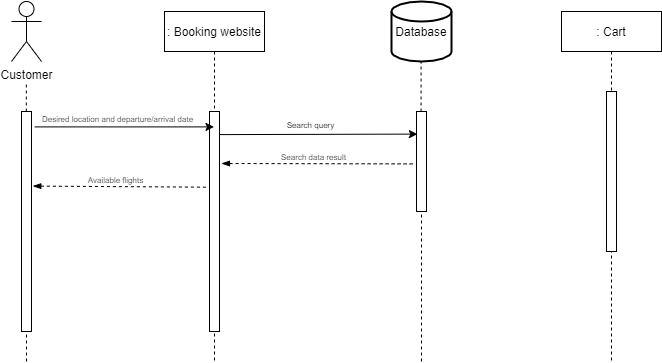
This is UML Examples/North American Airports System/Airports System Sequence Diagram.png from smitbmx/Architecture-Diagrams, a draw.io export, as it was before one commit. Source tidied: cells renumbered, new cells last; positions are measured from the earlier drawing's top-left corner, leaving out a move shared by most shapes. Source of this version:
```xml
<mxGraphModel>
  <root>
    <mxCell id="0" />
    <mxCell id="1" parent="0" />
    <mxCell id="2" value=": Booking website" style="shape=umlLifeline;perimeter=lifelinePerimeter;rounded=0;shadow=0;strokeWidth=1;" parent="1" vertex="1">
      <mxGeometry x="153" y="10" width="100" height="350" as="geometry" />
    </mxCell>
    <mxCell id="3" style="points=[];perimeter=orthogonalPerimeter;rounded=0;shadow=0;strokeWidth=1;" parent="2" vertex="1">
      <mxGeometry x="45" y="100" width="10" height="220" as="geometry" />
    </mxCell>
    <mxCell id="4" value="Customer" style="shape=umlActor;verticalLabelPosition=bottom;verticalAlign=top;html=1;" parent="1" vertex="1">
      <mxGeometry width="30" height="60" as="geometry" />
    </mxCell>
    <mxCell id="5" style="endArrow=none;dashed=1;html=1;startArrow=none;" parent="1" edge="1" source="10">
      <mxGeometry relative="1" as="geometry">
        <mxPoint x="14.8" y="80" as="targetPoint" />
      </mxGeometry>
    </mxCell>
    <mxCell id="6" value=": Cart" style="shape=umlLifeline;perimeter=lifelinePerimeter;rounded=0;shadow=0;strokeWidth=1;" parent="1" vertex="1">
      <mxGeometry x="550" y="10" width="100" height="350" as="geometry" />
    </mxCell>
    <mxCell id="7" style="perimeter=orthogonalPerimeter;rounded=0;shadow=0;strokeWidth=1;" parent="6" vertex="1">
      <mxGeometry x="45" y="80" width="10" height="160" as="geometry" />
    </mxCell>
    <mxCell id="8" value="Database" style="strokeWidth=2;html=1;shape=mxgraph.flowchart.database;whiteSpace=wrap;" parent="1" vertex="1">
      <mxGeometry x="380" width="60" height="60" as="geometry" />
    </mxCell>
    <mxCell id="9" style="endArrow=none;dashed=1;html=1;startArrow=none;" parent="1" edge="1" source="14">
      <mxGeometry relative="1" as="geometry">
        <mxPoint x="409.6" y="60" as="targetPoint" />
      </mxGeometry>
    </mxCell>
    <mxCell id="10" style="points=[];perimeter=orthogonalPerimeter;rounded=0;shadow=0;strokeWidth=1;" parent="1" vertex="1">
      <mxGeometry x="10" y="110" width="10" height="220" as="geometry" />
    </mxCell>
    <mxCell id="11" style="endArrow=none;dashed=1;html=1;" parent="1" edge="1" target="10">
      <mxGeometry relative="1" as="geometry">
        <mxPoint x="15" y="360" as="sourcePoint" />
      </mxGeometry>
    </mxCell>
    <mxCell id="12" style="endArrow=classic;html=1;exitX=1.333;exitY=0.07;exitDx=0;exitDy=0;exitPerimeter=0;" parent="1" edge="1" source="10" target="2">
      <mxGeometry relative="1" as="geometry" />
    </mxCell>
    <mxCell id="13" value="&lt;span style=&quot;color: rgb(31 , 31 , 31) ; font-family: &amp;#34;opensans&amp;#34; , &amp;#34;arial&amp;#34; , sans-serif ; font-size: 8px&quot;&gt;Desired location and departure/arrival date&lt;/span&gt;" style="edgeLabel;html=1;align=center;verticalAlign=middle;fontSize=8;" parent="12" vertex="1">
      <mxGeometry x="-0.09" y="1" relative="1" as="geometry">
        <mxPoint x="1" y="-7" as="offset" />
      </mxGeometry>
    </mxCell>
    <mxCell id="14" style="points=[];perimeter=orthogonalPerimeter;rounded=0;shadow=0;strokeWidth=1;" parent="1" vertex="1">
      <mxGeometry x="405" y="110" width="10" height="100" as="geometry" />
    </mxCell>
    <mxCell id="15" style="endArrow=none;dashed=1;html=1;" parent="1" edge="1" target="14">
      <mxGeometry relative="1" as="geometry">
        <mxPoint x="410" y="360" as="sourcePoint" />
      </mxGeometry>
    </mxCell>
    <mxCell id="16" style="endArrow=classic;html=1;fontSize=8;entryX=0.09;entryY=0.196;entryDx=0;entryDy=0;entryPerimeter=0;exitX=1.06;exitY=0.105;exitDx=0;exitDy=0;exitPerimeter=0;" parent="1" edge="1" source="3">
      <mxGeometry relative="1" as="geometry">
        <mxPoint x="405.9" y="132.6" as="targetPoint" />
      </mxGeometry>
    </mxCell>
    <mxCell id="17" value="Search query" style="edgeLabel;html=1;align=center;verticalAlign=middle;fontSize=8;" parent="16" vertex="1">
      <mxGeometry x="-0.09" relative="1" as="geometry">
        <mxPoint y="-9" as="offset" />
      </mxGeometry>
    </mxCell>
    <mxCell id="18" style="endArrow=none;dashed=1;html=1;fontSize=8;entryX=-0.08;entryY=0.524;entryDx=0;entryDy=0;entryPerimeter=0;startArrow=blockThin;startFill=1;" parent="1" edge="1" target="14">
      <mxGeometry relative="1" as="geometry">
        <mxPoint x="210" y="162" as="sourcePoint" />
      </mxGeometry>
    </mxCell>
    <mxCell id="19" value="&lt;span style=&quot;color: rgb(31 , 31 , 31) ; font-family: &amp;#34;opensans&amp;#34; , &amp;#34;arial&amp;#34; , sans-serif&quot;&gt;Search data result&lt;/span&gt;" style="edgeLabel;html=1;align=center;verticalAlign=middle;fontSize=8;" parent="18" vertex="1">
      <mxGeometry x="-0.06" y="-1" relative="1" as="geometry">
        <mxPoint y="-7" as="offset" />
      </mxGeometry>
    </mxCell>
    <mxCell id="20" style="endArrow=none;dashed=1;html=1;fontSize=8;startArrow=blockThin;startFill=1;entryX=-0.186;entryY=0.344;entryDx=0;entryDy=0;entryPerimeter=0;exitX=1.129;exitY=0.339;exitDx=0;exitDy=0;exitPerimeter=0;" parent="1" edge="1" source="10" target="3">
      <mxGeometry relative="1" as="geometry" />
    </mxCell>
    <mxCell id="21" value="&lt;span style=&quot;color: rgb(31 , 31 , 31) ; font-family: &amp;#34;opensans&amp;#34; , &amp;#34;arial&amp;#34; , sans-serif&quot;&gt;Available flights&lt;/span&gt;" style="edgeLabel;html=1;align=center;verticalAlign=middle;fontSize=8;" parent="20" vertex="1">
      <mxGeometry x="-0.06" y="-1" relative="1" as="geometry">
        <mxPoint y="-7" as="offset" />
      </mxGeometry>
    </mxCell>
  </root>
</mxGraphModel>
```
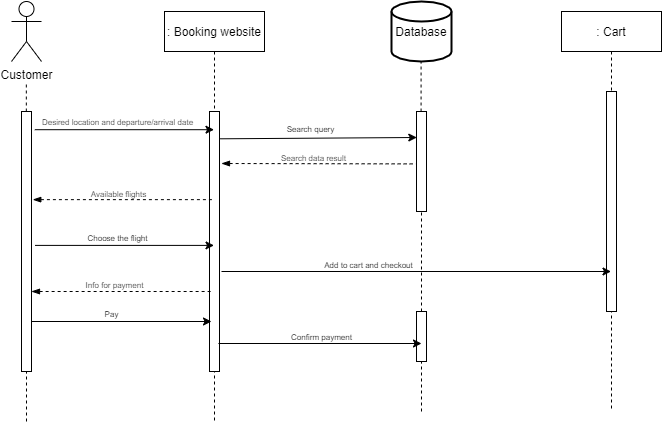
Later version of the same file.

Diff of the diagram source:
```diff
@@ -3,10 +3,10 @@
     <mxCell id="0" />
     <mxCell id="1" parent="0" />
     <mxCell id="2" value=": Booking website" style="shape=umlLifeline;perimeter=lifelinePerimeter;rounded=0;shadow=0;strokeWidth=1;" parent="1" vertex="1">
-      <mxGeometry x="153" y="10" width="100" height="350" as="geometry" />
+      <mxGeometry x="153" y="10" width="100" height="410" as="geometry" />
     </mxCell>
     <mxCell id="3" style="points=[];perimeter=orthogonalPerimeter;rounded=0;shadow=0;strokeWidth=1;" parent="2" vertex="1">
-      <mxGeometry x="45" y="100" width="10" height="220" as="geometry" />
+      <mxGeometry x="45" y="100" width="10" height="260" as="geometry" />
     </mxCell>
     <mxCell id="4" value="Customer" style="shape=umlActor;verticalLabelPosition=bottom;verticalAlign=top;html=1;" parent="1" vertex="1">
       <mxGeometry width="30" height="60" as="geometry" />
@@ -17,10 +17,10 @@
       </mxGeometry>
     </mxCell>
     <mxCell id="6" value=": Cart" style="shape=umlLifeline;perimeter=lifelinePerimeter;rounded=0;shadow=0;strokeWidth=1;" parent="1" vertex="1">
-      <mxGeometry x="550" y="10" width="100" height="350" as="geometry" />
+      <mxGeometry x="550" y="10" width="100" height="400" as="geometry" />
     </mxCell>
     <mxCell id="7" style="perimeter=orthogonalPerimeter;rounded=0;shadow=0;strokeWidth=1;" parent="6" vertex="1">
-      <mxGeometry x="45" y="80" width="10" height="160" as="geometry" />
+      <mxGeometry x="45" y="80" width="10" height="220" as="geometry" />
     </mxCell>
     <mxCell id="8" value="Database" style="strokeWidth=2;html=1;shape=mxgraph.flowchart.database;whiteSpace=wrap;" parent="1" vertex="1">
       <mxGeometry x="380" width="60" height="60" as="geometry" />
@@ -31,11 +31,11 @@
       </mxGeometry>
     </mxCell>
     <mxCell id="10" style="points=[];perimeter=orthogonalPerimeter;rounded=0;shadow=0;strokeWidth=1;" parent="1" vertex="1">
-      <mxGeometry x="10" y="110" width="10" height="220" as="geometry" />
+      <mxGeometry x="10" y="110" width="10" height="260" as="geometry" />
     </mxCell>
     <mxCell id="11" style="endArrow=none;dashed=1;html=1;" parent="1" edge="1" target="10">
       <mxGeometry relative="1" as="geometry">
-        <mxPoint x="15" y="360" as="sourcePoint" />
+        <mxPoint x="15" y="420" as="sourcePoint" />
       </mxGeometry>
     </mxCell>
     <mxCell id="12" style="endArrow=classic;html=1;exitX=1.333;exitY=0.07;exitDx=0;exitDy=0;exitPerimeter=0;" parent="1" edge="1" source="10" target="2">
@@ -49,15 +49,11 @@
     <mxCell id="14" style="points=[];perimeter=orthogonalPerimeter;rounded=0;shadow=0;strokeWidth=1;" parent="1" vertex="1">
       <mxGeometry x="405" y="110" width="10" height="100" as="geometry" />
     </mxCell>
-    <mxCell id="15" style="endArrow=none;dashed=1;html=1;" parent="1" edge="1" target="14">
-      <mxGeometry relative="1" as="geometry">
-        <mxPoint x="410" y="360" as="sourcePoint" />
-      </mxGeometry>
+    <mxCell id="15" style="endArrow=none;dashed=1;html=1;startArrow=none;" parent="1" edge="1" source="30" target="14">
+      <mxGeometry relative="1" as="geometry" />
     </mxCell>
-    <mxCell id="16" style="endArrow=classic;html=1;fontSize=8;entryX=0.09;entryY=0.196;entryDx=0;entryDy=0;entryPerimeter=0;exitX=1.06;exitY=0.105;exitDx=0;exitDy=0;exitPerimeter=0;" parent="1" edge="1" source="3">
-      <mxGeometry relative="1" as="geometry">
-        <mxPoint x="405.9" y="132.6" as="targetPoint" />
-      </mxGeometry>
+    <mxCell id="16" style="endArrow=classic;html=1;fontSize=8;exitX=1.06;exitY=0.105;exitDx=0;exitDy=0;exitPerimeter=0;entryX=0.029;entryY=0.26;entryDx=0;entryDy=0;entryPerimeter=0;" parent="1" edge="1" source="3" target="14">
+      <mxGeometry relative="1" as="geometry" />
     </mxCell>
     <mxCell id="17" value="Search query" style="edgeLabel;html=1;align=center;verticalAlign=middle;fontSize=8;" parent="16" vertex="1">
       <mxGeometry x="-0.09" relative="1" as="geometry">
@@ -74,7 +70,7 @@
         <mxPoint y="-7" as="offset" />
       </mxGeometry>
     </mxCell>
-    <mxCell id="20" style="endArrow=none;dashed=1;html=1;fontSize=8;startArrow=blockThin;startFill=1;entryX=-0.186;entryY=0.344;entryDx=0;entryDy=0;entryPerimeter=0;exitX=1.129;exitY=0.339;exitDx=0;exitDy=0;exitPerimeter=0;" parent="1" edge="1" source="10" target="3">
+    <mxCell id="20" style="endArrow=none;dashed=1;html=1;fontSize=8;startArrow=blockThin;startFill=1;exitX=1.129;exitY=0.339;exitDx=0;exitDy=0;exitPerimeter=0;" parent="1" edge="1" source="10" target="2">
       <mxGeometry relative="1" as="geometry" />
     </mxCell>
     <mxCell id="21" value="&lt;span style=&quot;color: rgb(31 , 31 , 31) ; font-family: &amp;#34;opensans&amp;#34; , &amp;#34;arial&amp;#34; , sans-serif&quot;&gt;Available flights&lt;/span&gt;" style="edgeLabel;html=1;align=center;verticalAlign=middle;fontSize=8;" parent="20" vertex="1">
@@ -82,5 +78,61 @@
         <mxPoint y="-7" as="offset" />
       </mxGeometry>
     </mxCell>
+    <mxCell id="22" style="endArrow=classic;html=1;fontSize=8;exitX=1.357;exitY=0.515;exitDx=0;exitDy=0;exitPerimeter=0;" parent="1" edge="1" source="10" target="2">
+      <mxGeometry relative="1" as="geometry" />
+    </mxCell>
+    <mxCell id="23" value="Choose the flight" style="edgeLabel;html=1;align=center;verticalAlign=middle;fontSize=8;" parent="22" vertex="1">
+      <mxGeometry x="-0.07" relative="1" as="geometry">
+        <mxPoint y="-7" as="offset" />
+      </mxGeometry>
+    </mxCell>
+    <mxCell id="24" style="endArrow=classic;html=1;fontSize=8;" parent="1" edge="1" target="6">
+      <mxGeometry relative="1" as="geometry">
+        <mxPoint x="210" y="270" as="sourcePoint" />
+      </mxGeometry>
+    </mxCell>
+    <mxCell id="25" value="Add to cart and checkout" style="edgeLabel;html=1;align=center;verticalAlign=middle;fontSize=8;" parent="24" vertex="1">
+      <mxGeometry x="-0.25" y="1" relative="1" as="geometry">
+        <mxPoint y="-5" as="offset" />
+      </mxGeometry>
+    </mxCell>
+    <mxCell id="26" style="endArrow=none;dashed=1;html=1;fontSize=8;startArrow=blockThin;startFill=1;" parent="1" edge="1">
+      <mxGeometry relative="1" as="geometry">
+        <mxPoint x="20" y="290" as="sourcePoint" />
+        <mxPoint x="200" y="290" as="targetPoint" />
+      </mxGeometry>
+    </mxCell>
+    <mxCell id="27" value="&lt;span style=&quot;color: rgb(31 , 31 , 31) ; font-family: &amp;#34;opensans&amp;#34; , &amp;#34;arial&amp;#34; , sans-serif&quot;&gt;Info for payment&lt;/span&gt;" style="edgeLabel;html=1;align=center;verticalAlign=middle;fontSize=8;" parent="26" vertex="1">
+      <mxGeometry x="-0.06" y="-1" relative="1" as="geometry">
+        <mxPoint x="-2" y="-7" as="offset" />
+      </mxGeometry>
+    </mxCell>
+    <mxCell id="28" style="endArrow=classic;html=1;fontSize=8;" parent="1" edge="1">
+      <mxGeometry relative="1" as="geometry">
+        <mxPoint x="20" y="320" as="sourcePoint" />
+        <mxPoint x="200" y="320" as="targetPoint" />
+      </mxGeometry>
+    </mxCell>
+    <mxCell id="29" value="Pay" style="edgeLabel;html=1;align=center;verticalAlign=middle;fontSize=8;" parent="28" vertex="1">
+      <mxGeometry x="-0.12" y="1" relative="1" as="geometry">
+        <mxPoint y="-6" as="offset" />
+      </mxGeometry>
+    </mxCell>
+    <mxCell id="30" style="points=[];perimeter=orthogonalPerimeter;rounded=0;shadow=0;strokeWidth=1;" parent="1" vertex="1">
+      <mxGeometry x="405" y="310" width="10" height="50" as="geometry" />
+    </mxCell>
+    <mxCell id="31" style="endArrow=none;dashed=1;html=1;" parent="1" edge="1" target="30">
+      <mxGeometry relative="1" as="geometry">
+        <mxPoint x="410" y="410" as="sourcePoint" />
+      </mxGeometry>
+    </mxCell>
+    <mxCell id="32" style="endArrow=classic;html=1;fontSize=8;entryX=0.5;entryY=0.64;entryDx=0;entryDy=0;entryPerimeter=0;" parent="1" edge="1" target="30">
+      <mxGeometry relative="1" as="geometry">
+        <mxPoint x="206.9" y="342" as="sourcePoint" />
+      </mxGeometry>
+    </mxCell>
+    <mxCell id="33" value="Confirm payment" style="text;html=1;align=center;verticalAlign=middle;strokeColor=none;fontSize=8;" parent="1" vertex="1">
+      <mxGeometry x="270" y="326" width="80" height="20" as="geometry" />
+    </mxCell>
   </root>
 </mxGraphModel>
```
